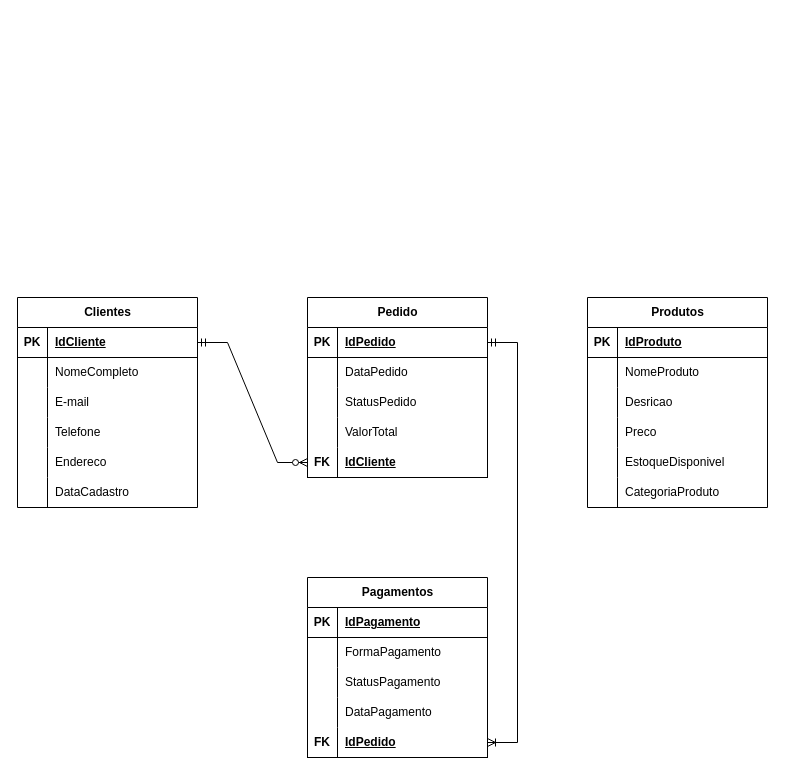
Before: page "Modelo Lógico" (2 of 3) of DrawIO/ProjetoEComerce(1).drawio in Alcides-Never/ProjetoClinicaMedica, a draw.io diagram. Source tidied: cells renumbered, new cells numbered last; positions are measured from the earlier drawing's top-left corner, leaving out a move shared by most shapes. Both pictures are drawn from the tidied source at 100%, with x=0, y=0 at pixel (17, 297).
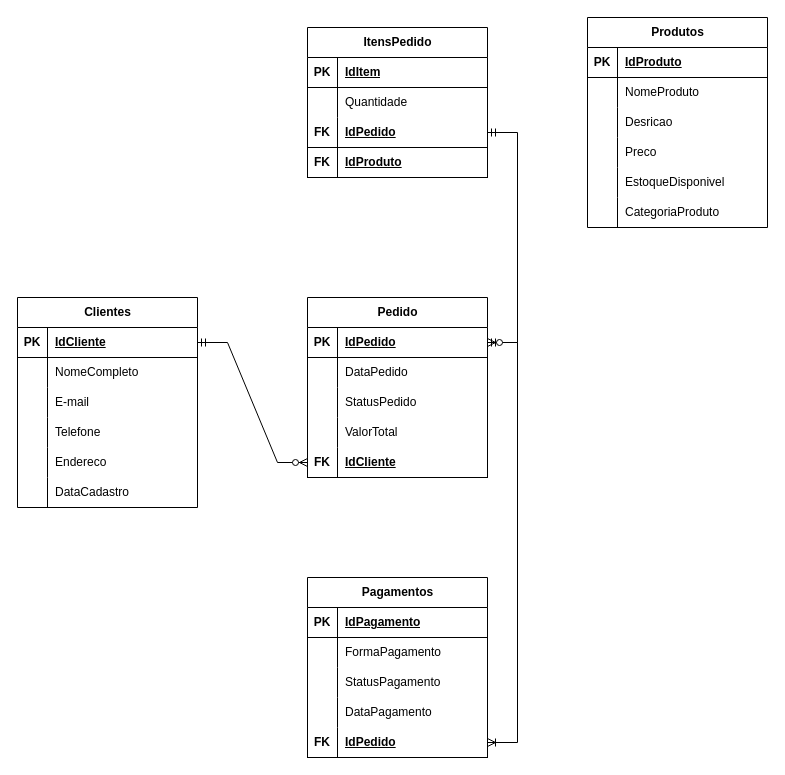
After the change.

Unchanged cells that the change refers to:
```xml
<mxCell id="23" style="shape=tableRow;horizontal=0;startSize=0;swimlaneHead=0;swimlaneBody=0;fillColor=none;points=[[0,0.5],[1,0.5]];portConstraint=eastwest;top=0;left=0;right=0;bottom=1;" parent="22" vertex="1">
  <mxGeometry y="30" width="180" height="30" as="geometry" />
</mxCell>
```

What changed in the source:
```diff
@@
     <mxCell id="38" value="Produtos" style="shape=table;startSize=30;childLayout=tableLayout;rowLines=0;fontStyle=1;align=center;html=1;" parent="1" vertex="1">
-      <mxGeometry x="570" width="180" height="210" as="geometry" />
+      <mxGeometry x="570" y="-280" width="180" height="210" as="geometry" />
     </mxCell>
@@
+    <mxCell id="74" value="ItensPedido" style="shape=table;startSize=30;childLayout=tableLayout;rowLines=0;fontStyle=1;align=center;html=1;" parent="1" vertex="1">
+      <mxGeometry x="290" y="-270" width="180" height="150" as="geometry" />
+    </mxCell>
+    <mxCell id="75" style="shape=tableRow;horizontal=0;startSize=0;swimlaneHead=0;swimlaneBody=0;fillColor=none;top=0;left=0;right=0;bottom=1;" parent="74" vertex="1">
+      <mxGeometry y="30" width="180" height="30" as="geometry" />
+    </mxCell>
+    <mxCell id="76" value="PK" style="shape=partialRectangle;fillColor=none;top=0;left=0;bottom=0;right=0;fontStyle=1;overflow=hidden;whiteSpace=wrap;html=1;" parent="75" vertex="1">
+      <mxGeometry width="30" height="30" as="geometry" />
+    </mxCell>
+    <mxCell id="77" value="IdItem" style="shape=partialRectangle;fillColor=none;top=0;left=0;bottom=0;right=0;align=left;spacingLeft=6;fontStyle=5;overflow=hidden;whiteSpace=wrap;html=1;" parent="75" vertex="1">
+      <mxGeometry x="30" width="150" height="30" as="geometry" />
+    </mxCell>
+    <mxCell id="78" style="shape=tableRow;horizontal=0;startSize=0;swimlaneHead=0;swimlaneBody=0;fillColor=none;top=0;left=0;right=0;bottom=0;" parent="74" vertex="1">
+      <mxGeometry y="60" width="180" height="30" as="geometry" />
+    </mxCell>
+    <mxCell id="79" style="shape=partialRectangle;fillColor=none;top=0;left=0;bottom=0;right=0;overflow=hidden;whiteSpace=wrap;html=1;" parent="78" vertex="1">
+      <mxGeometry width="30" height="30" as="geometry" />
+    </mxCell>
+    <mxCell id="80" value="Quantidade" style="shape=partialRectangle;fillColor=none;top=0;left=0;bottom=0;right=0;align=left;spacingLeft=6;overflow=hidden;whiteSpace=wrap;html=1;" parent="78" vertex="1">
+      <mxGeometry x="30" width="150" height="30" as="geometry" />
+    </mxCell>
+    <mxCell id="81" style="shape=tableRow;horizontal=0;startSize=0;swimlaneHead=0;swimlaneBody=0;fillColor=none;points=[[0,0.5],[1,0.5]];portConstraint=eastwest;top=0;left=0;right=0;bottom=1;" parent="74" vertex="1">
+      <mxGeometry y="90" width="180" height="30" as="geometry" />
+    </mxCell>
+    <mxCell id="82" value="FK" style="shape=partialRectangle;fillColor=none;top=0;left=0;bottom=0;right=0;fontStyle=1;overflow=hidden;whiteSpace=wrap;html=1;" parent="81" vertex="1">
+      <mxGeometry width="30" height="30" as="geometry" />
+    </mxCell>
+    <mxCell id="83" value="IdPedido" style="shape=partialRectangle;fillColor=none;top=0;left=0;bottom=0;right=0;align=left;spacingLeft=6;fontStyle=5;overflow=hidden;whiteSpace=wrap;html=1;" parent="81" vertex="1">
+      <mxGeometry x="30" width="150" height="30" as="geometry" />
+    </mxCell>
+    <mxCell id="84" style="shape=tableRow;horizontal=0;startSize=0;swimlaneHead=0;swimlaneBody=0;fillColor=none;top=0;left=0;right=0;bottom=1;" parent="74" vertex="1">
+      <mxGeometry y="120" width="180" height="30" as="geometry" />
+    </mxCell>
+    <mxCell id="85" value="FK" style="shape=partialRectangle;fillColor=none;top=0;left=0;bottom=0;right=0;fontStyle=1;overflow=hidden;whiteSpace=wrap;html=1;" parent="84" vertex="1">
+      <mxGeometry width="30" height="30" as="geometry" />
+    </mxCell>
+    <mxCell id="86" value="IdProduto" style="shape=partialRectangle;fillColor=none;top=0;left=0;bottom=0;right=0;align=left;spacingLeft=6;fontStyle=5;overflow=hidden;whiteSpace=wrap;html=1;" parent="84" vertex="1">
+      <mxGeometry x="30" width="150" height="30" as="geometry" />
+    </mxCell>
+    <mxCell id="87" style="edgeStyle=entityRelationEdgeStyle;fontSize=12;html=1;endArrow=ERzeroToMany;startArrow=ERmandOne;rounded=0;exitX=1;exitY=0.5;exitDx=0;exitDy=0;entryX=1;entryY=0.5;entryDx=0;entryDy=0;" parent="1" edge="1" source="81" target="23">
+      <mxGeometry relative="1" as="geometry" />
+    </mxCell>
```
